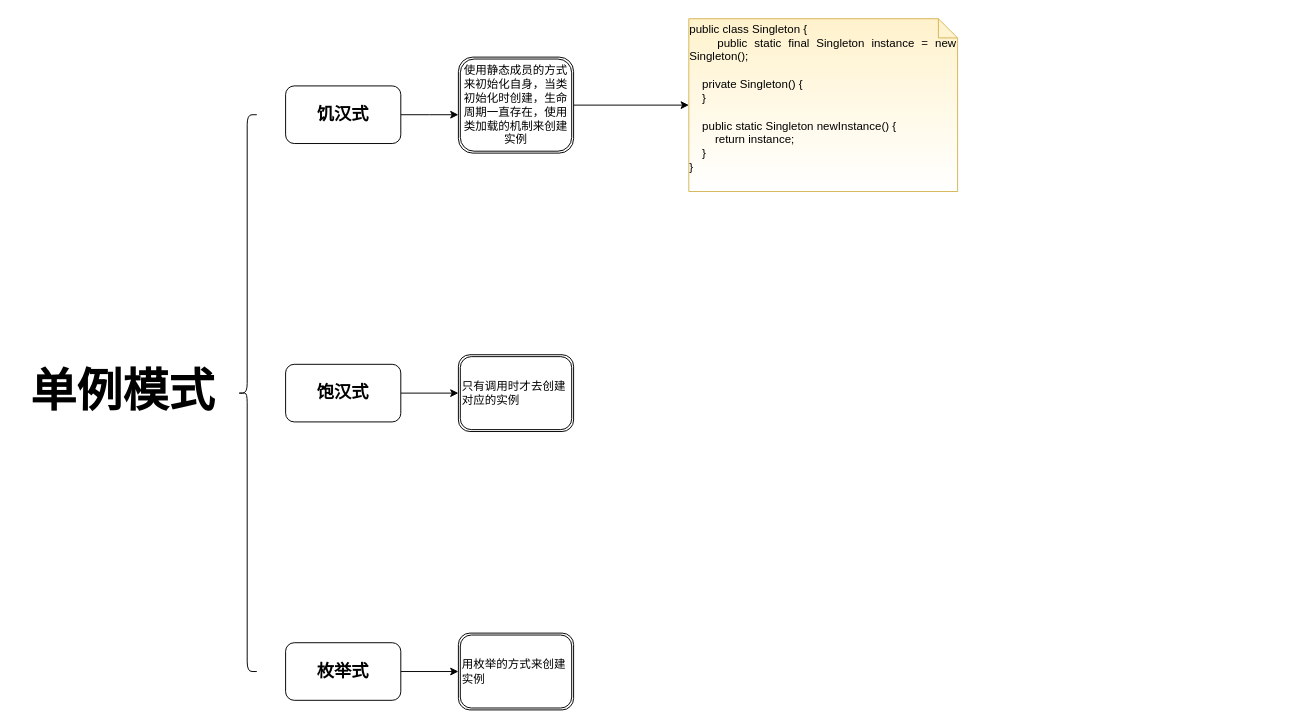
The draw.io diagram Untitled Diagram.drawio in onedayrex/ImagesUml, before the edit. Source tidied: cells renumbered, new cells numbered last; positions are measured from the earlier drawing's top-left corner, leaving out a move shared by most shapes. Both pictures are drawn from the tidied source at 96%, with x=0, y=0 at pixel (16, 18).
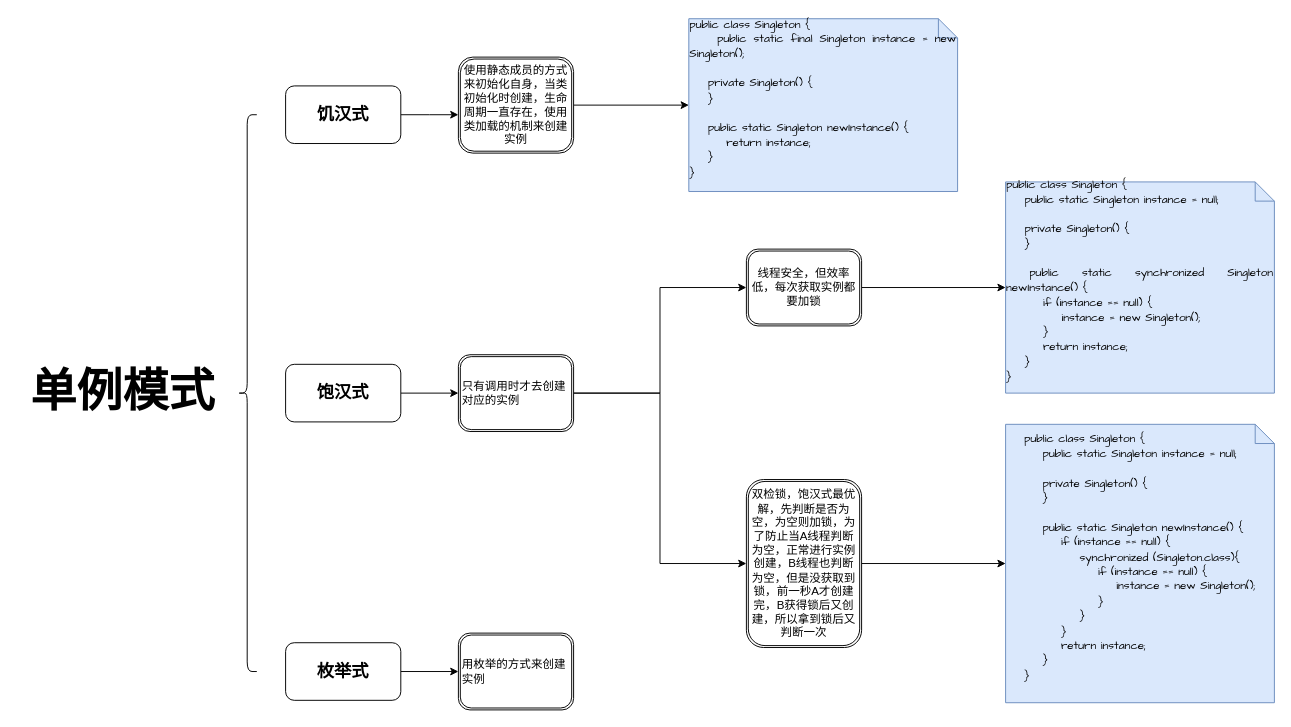
The same diagram, later.

Commit message:
添加饱汉式实现方式

The change refers to these unchanged cells:
```xml
<mxCell id="12" value="&lt;div&gt;只有调用时才去创建对应的实例&lt;/div&gt;" style="shape=ext;double=1;rounded=1;whiteSpace=wrap;html=1;align=left;" parent="1" vertex="1">
  <mxGeometry x="460" y="350" width="120" height="80" as="geometry" />
</mxCell>
```

What changed in the source:
```diff
@@
+    <mxCell id="15" style="edgeStyle=orthogonalEdgeStyle;rounded=0;jettySize=auto;html=1;entryX=0;entryY=0.5;entryDx=0;entryDy=0;" parent="1" edge="1" source="12" target="20">
+      <mxGeometry relative="1" as="geometry" />
+    </mxCell>
+    <mxCell id="16" style="edgeStyle=orthogonalEdgeStyle;rounded=0;jettySize=auto;html=1;entryX=0;entryY=0.5;entryDx=0;entryDy=0;" parent="1" edge="1" source="12" target="22">
+      <mxGeometry relative="1" as="geometry" />
+    </mxCell>
@@
-    <mxCell id="14" value="&lt;div style=&quot;text-align: justify&quot;&gt;public class Singleton {&lt;/div&gt;&lt;div style=&quot;text-align: justify&quot;&gt;&amp;nbsp; &amp;nbsp; public static final Singleton instance = new Singleton();&lt;/div&gt;&lt;div style=&quot;text-align: justify&quot;&gt;&amp;nbsp; &amp;nbsp;&amp;nbsp;&lt;/div&gt;&lt;div style=&quot;text-align: justify&quot;&gt;&amp;nbsp; &amp;nbsp; private Singleton() {&lt;/div&gt;&lt;div style=&quot;text-align: justify&quot;&gt;&amp;nbsp; &amp;nbsp; }&lt;/div&gt;&lt;div style=&quot;text-align: justify&quot;&gt;&lt;br&gt;&lt;/div&gt;&lt;div style=&quot;text-align: justify&quot;&gt;&amp;nbsp; &amp;nbsp; public static Singleton newInstance() {&lt;/div&gt;&lt;div style=&quot;text-align: justify&quot;&gt;&amp;nbsp; &amp;nbsp; &amp;nbsp; &amp;nbsp; return instance;&lt;/div&gt;&lt;div style=&quot;text-align: justify&quot;&gt;&amp;nbsp; &amp;nbsp; }&lt;/div&gt;&lt;div style=&quot;text-align: justify&quot;&gt;}&lt;/div&gt;&lt;div style=&quot;text-align: justify&quot;&gt;&lt;br&gt;&lt;/div&gt;" style="shape=note;size=20;whiteSpace=wrap;html=1;strokeColor=#d6b656;fillColor=#fff2cc;gradientColor=#ffffff;" parent="1" vertex="1">
+    <mxCell id="14" value="&lt;div style=&quot;text-align: justify&quot;&gt;&lt;font face=&quot;Comic Sans MS&quot;&gt;public class Singleton {&lt;/font&gt;&lt;/div&gt;&lt;div style=&quot;text-align: justify&quot;&gt;&lt;font face=&quot;Comic Sans MS&quot;&gt;&amp;nbsp; &amp;nbsp; public static final Singleton instance = new Singleton();&lt;/font&gt;&lt;/div&gt;&lt;div style=&quot;text-align: justify&quot;&gt;&lt;font face=&quot;Comic Sans MS&quot;&gt;&amp;nbsp; &amp;nbsp;&amp;nbsp;&lt;/font&gt;&lt;/div&gt;&lt;div style=&quot;text-align: justify&quot;&gt;&lt;font face=&quot;Comic Sans MS&quot;&gt;&amp;nbsp; &amp;nbsp; private Singleton() {&lt;/font&gt;&lt;/div&gt;&lt;div style=&quot;text-align: justify&quot;&gt;&lt;font face=&quot;Comic Sans MS&quot;&gt;&amp;nbsp; &amp;nbsp; }&lt;/font&gt;&lt;/div&gt;&lt;div style=&quot;text-align: justify&quot;&gt;&lt;font face=&quot;Comic Sans MS&quot;&gt;&lt;br&gt;&lt;/font&gt;&lt;/div&gt;&lt;div style=&quot;text-align: justify&quot;&gt;&lt;font face=&quot;Comic Sans MS&quot;&gt;&amp;nbsp; &amp;nbsp; public static Singleton newInstance() {&lt;/font&gt;&lt;/div&gt;&lt;div style=&quot;text-align: justify&quot;&gt;&lt;font face=&quot;Comic Sans MS&quot;&gt;&amp;nbsp; &amp;nbsp; &amp;nbsp; &amp;nbsp; return instance;&lt;/font&gt;&lt;/div&gt;&lt;div style=&quot;text-align: justify&quot;&gt;&lt;font face=&quot;Comic Sans MS&quot;&gt;&amp;nbsp; &amp;nbsp; }&lt;/font&gt;&lt;/div&gt;&lt;div style=&quot;text-align: justify&quot;&gt;&lt;font face=&quot;Comic Sans MS&quot;&gt;}&lt;/font&gt;&lt;/div&gt;&lt;div style=&quot;text-align: justify&quot;&gt;&lt;br&gt;&lt;/div&gt;" style="shape=note;size=20;whiteSpace=wrap;html=1;strokeColor=#6c8ebf;fillColor=#dae8fc;" parent="1" vertex="1">
       <mxGeometry x="700" width="280" height="180" as="geometry" />
     </mxCell>
+    <mxCell id="17" value="&lt;div style=&quot;text-align: justify&quot;&gt;&lt;div&gt;&lt;font face=&quot;Comic Sans MS&quot;&gt;public class Singleton {&lt;/font&gt;&lt;/div&gt;&lt;div&gt;&lt;font face=&quot;Comic Sans MS&quot;&gt;&amp;nbsp; &amp;nbsp; public static Singleton instance = null;&lt;/font&gt;&lt;/div&gt;&lt;div&gt;&lt;font face=&quot;Comic Sans MS&quot;&gt;&lt;br&gt;&lt;/font&gt;&lt;/div&gt;&lt;div&gt;&lt;font face=&quot;Comic Sans MS&quot;&gt;&amp;nbsp; &amp;nbsp; private Singleton() {&lt;/font&gt;&lt;/div&gt;&lt;div&gt;&lt;font face=&quot;Comic Sans MS&quot;&gt;&amp;nbsp; &amp;nbsp; }&lt;/font&gt;&lt;/div&gt;&lt;div&gt;&lt;span style=&quot;font-family: &amp;#34;comic sans ms&amp;#34;&quot;&gt;&lt;br&gt;&lt;/span&gt;&lt;/div&gt;&lt;div&gt;&lt;span style=&quot;font-family: &amp;#34;comic sans ms&amp;#34;&quot;&gt;&amp;nbsp;public static synchronized Singleton newInstance() {&lt;/span&gt;&lt;br&gt;&lt;/div&gt;&lt;div&gt;&lt;font face=&quot;Comic Sans MS&quot;&gt;&amp;nbsp; &amp;nbsp; &amp;nbsp; &amp;nbsp; if (instance == null) {&lt;/font&gt;&lt;/div&gt;&lt;div&gt;&lt;font face=&quot;Comic Sans MS&quot;&gt;&amp;nbsp; &amp;nbsp; &amp;nbsp; &amp;nbsp; &amp;nbsp; &amp;nbsp; instance = new Singleton();&lt;/font&gt;&lt;/div&gt;&lt;div&gt;&lt;font face=&quot;Comic Sans MS&quot;&gt;&amp;nbsp; &amp;nbsp; &amp;nbsp; &amp;nbsp; }&lt;/font&gt;&lt;/div&gt;&lt;div&gt;&lt;font face=&quot;Comic Sans MS&quot;&gt;&amp;nbsp; &amp;nbsp; &amp;nbsp; &amp;nbsp; return instance;&lt;/font&gt;&lt;/div&gt;&lt;div&gt;&lt;font face=&quot;Comic Sans MS&quot;&gt;&amp;nbsp; &amp;nbsp; }&lt;/font&gt;&lt;/div&gt;&lt;div&gt;&lt;font face=&quot;Comic Sans MS&quot;&gt;}&lt;/font&gt;&lt;/div&gt;&lt;div&gt;&lt;br&gt;&lt;/div&gt;&lt;/div&gt;" style="shape=note;size=20;whiteSpace=wrap;html=1;strokeColor=#6c8ebf;fillColor=#dae8fc;" parent="1" vertex="1">
+      <mxGeometry x="1030" y="170" width="280" height="220" as="geometry" />
+    </mxCell>
+    <mxCell id="18" value="&lt;div style=&quot;text-align: justify&quot;&gt;&lt;div&gt;&lt;font face=&quot;Comic Sans MS&quot;&gt;public class Singleton {&lt;/font&gt;&lt;/div&gt;&lt;div&gt;&lt;font face=&quot;Comic Sans MS&quot;&gt;&amp;nbsp; &amp;nbsp; public static Singleton instance = null;&lt;/font&gt;&lt;/div&gt;&lt;div&gt;&lt;font face=&quot;Comic Sans MS&quot;&gt;&lt;br&gt;&lt;/font&gt;&lt;/div&gt;&lt;div&gt;&lt;font face=&quot;Comic Sans MS&quot;&gt;&amp;nbsp; &amp;nbsp; private Singleton() {&lt;/font&gt;&lt;/div&gt;&lt;div&gt;&lt;font face=&quot;Comic Sans MS&quot;&gt;&amp;nbsp; &amp;nbsp; }&lt;/font&gt;&lt;/div&gt;&lt;div&gt;&lt;font face=&quot;Comic Sans MS&quot;&gt;&lt;br&gt;&lt;/font&gt;&lt;/div&gt;&lt;div&gt;&lt;font face=&quot;Comic Sans MS&quot;&gt;&amp;nbsp; &amp;nbsp; public static Singleton newInstance() {&lt;/font&gt;&lt;/div&gt;&lt;div&gt;&lt;font face=&quot;Comic Sans MS&quot;&gt;&amp;nbsp; &amp;nbsp; &amp;nbsp; &amp;nbsp; if (instance == null) {&lt;/font&gt;&lt;/div&gt;&lt;div&gt;&lt;font face=&quot;Comic Sans MS&quot;&gt;&amp;nbsp; &amp;nbsp; &amp;nbsp; &amp;nbsp; &amp;nbsp; &amp;nbsp; synchronized (Singleton.class){&lt;/font&gt;&lt;/div&gt;&lt;div&gt;&lt;font face=&quot;Comic Sans MS&quot;&gt;&amp;nbsp; &amp;nbsp; &amp;nbsp; &amp;nbsp; &amp;nbsp; &amp;nbsp; &amp;nbsp; &amp;nbsp; if (instance == null) {&lt;/font&gt;&lt;/div&gt;&lt;div&gt;&lt;font face=&quot;Comic Sans MS&quot;&gt;&amp;nbsp; &amp;nbsp; &amp;nbsp; &amp;nbsp; &amp;nbsp; &amp;nbsp; &amp;nbsp; &amp;nbsp; &amp;nbsp; &amp;nbsp; instance = new Singleton();&lt;/font&gt;&lt;/div&gt;&lt;div&gt;&lt;font face=&quot;Comic Sans MS&quot;&gt;&amp;nbsp; &amp;nbsp; &amp;nbsp; &amp;nbsp; &amp;nbsp; &amp;nbsp; &amp;nbsp; &amp;nbsp; }&lt;/font&gt;&lt;/div&gt;&lt;div&gt;&lt;font face=&quot;Comic Sans MS&quot;&gt;&amp;nbsp; &amp;nbsp; &amp;nbsp; &amp;nbsp; &amp;nbsp; &amp;nbsp; }&lt;/font&gt;&lt;/div&gt;&lt;div&gt;&lt;font face=&quot;Comic Sans MS&quot;&gt;&amp;nbsp; &amp;nbsp; &amp;nbsp; &amp;nbsp; }&lt;/font&gt;&lt;/div&gt;&lt;div&gt;&lt;font face=&quot;Comic Sans MS&quot;&gt;&amp;nbsp; &amp;nbsp; &amp;nbsp; &amp;nbsp; return instance;&lt;/font&gt;&lt;/div&gt;&lt;div&gt;&lt;font face=&quot;Comic Sans MS&quot;&gt;&amp;nbsp; &amp;nbsp; }&lt;/font&gt;&lt;/div&gt;&lt;div&gt;&lt;font face=&quot;Comic Sans MS&quot;&gt;}&lt;/font&gt;&lt;/div&gt;&lt;div&gt;&lt;br&gt;&lt;/div&gt;&lt;/div&gt;" style="shape=note;size=20;whiteSpace=wrap;html=1;strokeColor=#6c8ebf;fillColor=#dae8fc;" parent="1" vertex="1">
+      <mxGeometry x="1030" y="422.5" width="280" height="290" as="geometry" />
+    </mxCell>
+    <mxCell id="19" style="edgeStyle=orthogonalEdgeStyle;rounded=0;jettySize=auto;html=1;" parent="1" edge="1" source="20" target="17">
+      <mxGeometry relative="1" as="geometry" />
+    </mxCell>
+    <mxCell id="20" value="线程安全，但效率低，每次获取实例都要加锁" style="shape=ext;double=1;rounded=1;whiteSpace=wrap;html=1;fillColor=#ffffff;gradientColor=#ffffff;" parent="1" vertex="1">
+      <mxGeometry x="760" y="240" width="120" height="80" as="geometry" />
+    </mxCell>
+    <mxCell id="21" style="edgeStyle=orthogonalEdgeStyle;rounded=0;jettySize=auto;html=1;entryX=0;entryY=0.5;entryDx=0;entryDy=0;entryPerimeter=0;" parent="1" edge="1" source="22" target="18">
+      <mxGeometry relative="1" as="geometry" />
+    </mxCell>
+    <mxCell id="22" value="双检锁，饱汉式最优解，先判断是否为空，为空则加锁，为了防止当A线程判断为空，正常进行实例创建，B线程也判断为空，但是没获取到锁，前一秒A才创建完，B获得锁后又创建，所以拿到锁后又判断一次" style="shape=ext;double=1;rounded=1;whiteSpace=wrap;html=1;fillColor=#ffffff;gradientColor=#ffffff;" parent="1" vertex="1">
+      <mxGeometry x="760" y="480" width="120" height="175" as="geometry" />
+    </mxCell>
```
